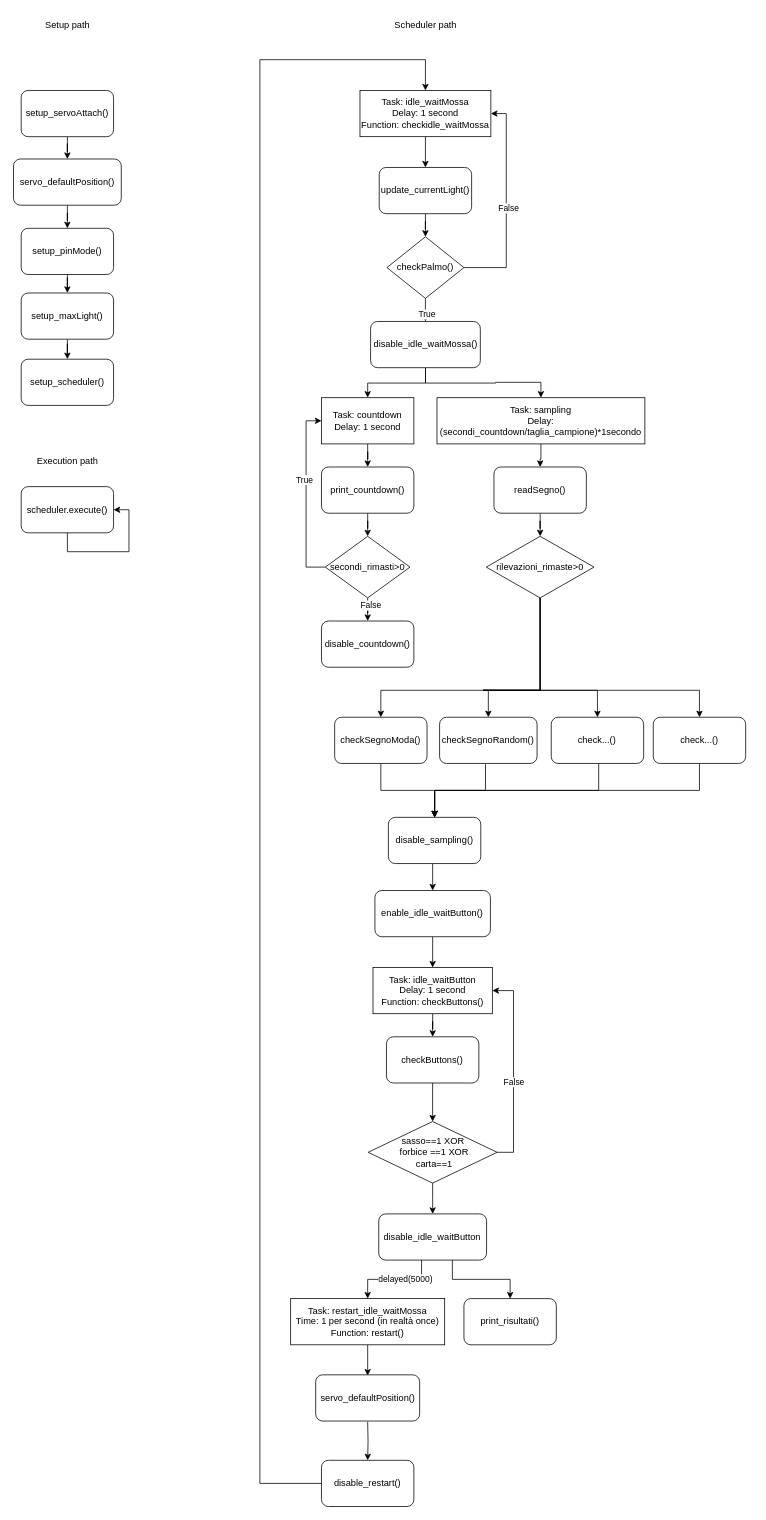
The draw.io diagram documentation/flow.drawio in michelebolis/Morr-inoCinese, before the edit. Source tidied: cells renumbered, new cells numbered last; positions are measured from the earlier drawing's top-left corner, leaving out a move shared by most shapes. Both pictures are drawn from the tidied source at 77%, with x=0, y=0 at pixel (13, 13).
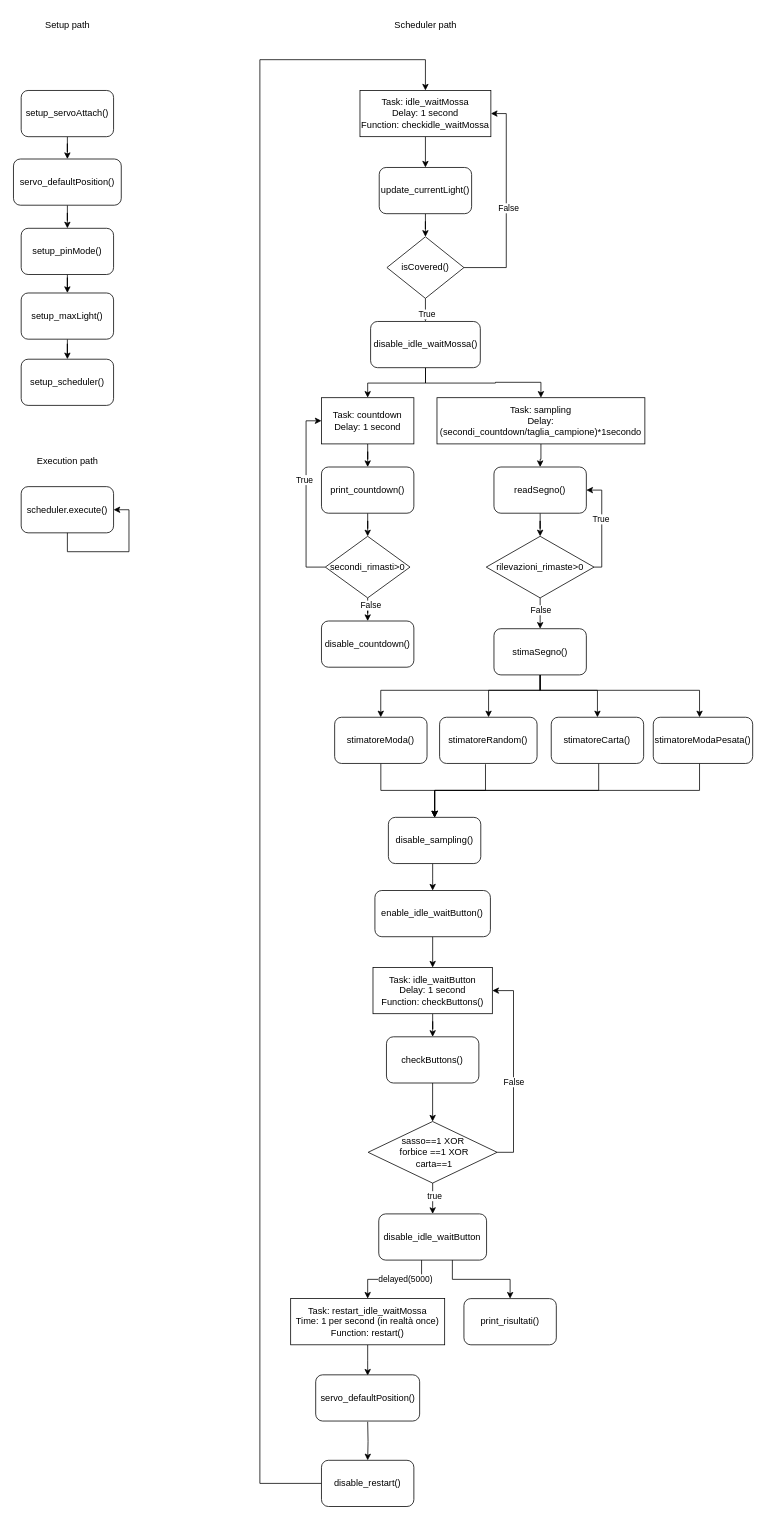
The same page after the edit.

The change refers to these unchanged cells:
```xml
<mxCell id="13" value="disable_idle_waitMossa()" style="rounded=1;whiteSpace=wrap;html=1;" parent="1" vertex="1">
  <mxGeometry x="463.8" y="400" width="142.5" height="60" as="geometry" />
</mxCell>
<mxCell id="15" value="readSegno()" style="rounded=1;whiteSpace=wrap;html=1;" parent="1" vertex="1">
  <mxGeometry x="624" y="589" width="120" height="60" as="geometry" />
</mxCell>
<mxCell id="22" style="edgeStyle=orthogonalEdgeStyle;rounded=0;jettySize=auto;html=1;entryX=0.5;entryY=0;entryDx=0;entryDy=0;" parent="1" edge="1" source="23" target="76">
  <mxGeometry relative="1" as="geometry" />
</mxCell>
<mxCell id="47" value="Task: sampling&lt;br&gt;Delay: (secondi_countdown/taglia_campione)*1secondo" style="whiteSpace=wrap;html=1;" parent="1" vertex="1">
  <mxGeometry x="550" y="499" width="270" height="60" as="geometry" />
</mxCell>
<mxCell id="52" value="rilevazioni_rimaste&amp;gt;0" style="rhombus;whiteSpace=wrap;html=1;" parent="1" vertex="1">
  <mxGeometry x="614" y="679" width="140" height="80" as="geometry" />
</mxCell>
```

Change to the diagram source:
```diff
@@
-    <mxCell id="10" value="checkPalmo()" style="rhombus;whiteSpace=wrap;html=1;" parent="1" vertex="1">
+    <mxCell id="10" value="isCovered()" style="rhombus;whiteSpace=wrap;html=1;" parent="1" vertex="1">
       <mxGeometry x="485" y="290" width="100" height="80" as="geometry" />
     </mxCell>
     <mxCell id="11" style="edgeStyle=orthogonalEdgeStyle;rounded=0;jettySize=auto;html=1;entryX=0.5;entryY=0;entryDx=0;entryDy=0;" parent="1" edge="1" source="13" target="47">
-      <mxGeometry relative="1" as="geometry" />
+      <mxGeometry relative="1" as="geometry">
+        <Array as="points">
+          <mxPoint x="535" y="480" />
+          <mxPoint x="626" y="480" />
+          <mxPoint x="626" y="479" />
+          <mxPoint x="685" y="479" />
+        </Array>
+      </mxGeometry>
     </mxCell>
@@
+    <mxCell id="78" value="true" style="edgeLabel;html=1;align=center;verticalAlign=middle;" parent="22" vertex="1">
+      <mxGeometry x="-0.17" y="2" relative="1" as="geometry" />
+    </mxCell>
@@
-    <mxCell id="48" style="edgeStyle=orthogonalEdgeStyle;rounded=0;jettySize=auto;html=1;" parent="1" edge="1" source="52" target="54">
-      <mxGeometry relative="1" as="geometry">
-        <Array as="points">
-          <mxPoint x="610" y="879" />
-          <mxPoint x="406" y="879" />
-        </Array>
-      </mxGeometry>
-    </mxCell>
-    <mxCell id="49" style="edgeStyle=orthogonalEdgeStyle;rounded=0;jettySize=auto;html=1;entryX=0.5;entryY=0;entryDx=0;entryDy=0;" parent="1" edge="1" source="52" target="56">
-      <mxGeometry relative="1" as="geometry">
-        <Array as="points">
-          <mxPoint x="610" y="879" />
-          <mxPoint x="539" y="879" />
-        </Array>
-      </mxGeometry>
-    </mxCell>
-    <mxCell id="50" style="edgeStyle=orthogonalEdgeStyle;rounded=0;jettySize=auto;html=1;" parent="1" edge="1" source="52" target="58">
-      <mxGeometry relative="1" as="geometry">
-        <Array as="points">
-          <mxPoint x="610" y="879" />
-          <mxPoint x="687" y="879" />
-        </Array>
-      </mxGeometry>
-    </mxCell>
-    <mxCell id="51" style="edgeStyle=orthogonalEdgeStyle;rounded=0;jettySize=auto;html=1;" parent="1" edge="1" source="52" target="60">
-      <mxGeometry relative="1" as="geometry">
-        <Array as="points">
-          <mxPoint x="610" y="879" />
-          <mxPoint x="820" y="879" />
-        </Array>
-      </mxGeometry>
-    </mxCell>
+    <mxCell id="79" style="edgeStyle=orthogonalEdgeStyle;rounded=0;jettySize=auto;html=1;entryX=1;entryY=0.5;entryDx=0;entryDy=0;" parent="1" edge="1" source="52" target="15">
+      <mxGeometry relative="1" as="geometry">
+        <Array as="points">
+          <mxPoint x="764" y="719" />
+          <mxPoint x="764" y="619" />
+        </Array>
+      </mxGeometry>
+    </mxCell>
+    <mxCell id="80" value="True" style="edgeLabel;html=1;align=center;verticalAlign=middle;" parent="79" vertex="1">
+      <mxGeometry x="0.12" y="2" relative="1" as="geometry" />
+    </mxCell>
+    <mxCell id="81" style="edgeStyle=orthogonalEdgeStyle;rounded=0;jettySize=auto;html=1;entryX=0.5;entryY=0;entryDx=0;entryDy=0;" parent="1" edge="1" source="52" target="87">
+      <mxGeometry relative="1" as="geometry" />
+    </mxCell>
+    <mxCell id="82" value="False" style="edgeLabel;html=1;align=center;verticalAlign=middle;" parent="81" vertex="1">
+      <mxGeometry x="-0.26" relative="1" as="geometry" />
+    </mxCell>
@@
-    <mxCell id="54" value="checkSegnoModa()" style="rounded=1;whiteSpace=wrap;html=1;" parent="1" vertex="1">
+    <mxCell id="54" value="stimatoreModa()" style="rounded=1;whiteSpace=wrap;html=1;" parent="1" vertex="1">
       <mxGeometry x="417.1" y="914" width="120" height="60" as="geometry" />
     </mxCell>
@@
-    <mxCell id="56" value="checkSegnoRandom()" style="rounded=1;whiteSpace=wrap;html=1;" parent="1" vertex="1">
+    <mxCell id="56" value="stimatoreRandom()" style="rounded=1;whiteSpace=wrap;html=1;" parent="1" vertex="1">
       <mxGeometry x="553.4" y="914" width="126.6" height="60" as="geometry" />
     </mxCell>
@@
-    <mxCell id="58" value="check...()" style="rounded=1;whiteSpace=wrap;html=1;" parent="1" vertex="1">
+    <mxCell id="58" value="stimatoreCarta()" style="rounded=1;whiteSpace=wrap;html=1;" parent="1" vertex="1">
       <mxGeometry x="698.4" y="914" width="120" height="60" as="geometry" />
     </mxCell>
@@
-    <mxCell id="60" value="check...()" style="rounded=1;whiteSpace=wrap;html=1;" parent="1" vertex="1">
-      <mxGeometry x="830.9" y="914" width="120" height="60" as="geometry" />
+    <mxCell id="60" value="stimatoreModaPesata()" style="rounded=1;whiteSpace=wrap;html=1;" parent="1" vertex="1">
+      <mxGeometry x="830.9" y="914" width="129.1" height="60" as="geometry" />
     </mxCell>
@@
+    <mxCell id="83" style="edgeStyle=orthogonalEdgeStyle;rounded=0;jettySize=auto;html=1;" parent="1" edge="1" source="87" target="54">
+      <mxGeometry relative="1" as="geometry">
+        <Array as="points">
+          <mxPoint x="684" y="879" />
+          <mxPoint x="477" y="879" />
+        </Array>
+      </mxGeometry>
+    </mxCell>
+    <mxCell id="84" style="edgeStyle=orthogonalEdgeStyle;rounded=0;jettySize=auto;html=1;" parent="1" edge="1" source="87" target="56">
+      <mxGeometry relative="1" as="geometry">
+        <Array as="points">
+          <mxPoint x="684" y="879" />
+          <mxPoint x="617" y="879" />
+        </Array>
+      </mxGeometry>
+    </mxCell>
+    <mxCell id="85" style="edgeStyle=orthogonalEdgeStyle;rounded=0;jettySize=auto;html=1;entryX=0.5;entryY=0;entryDx=0;entryDy=0;" parent="1" edge="1" source="87" target="58">
+      <mxGeometry relative="1" as="geometry">
+        <Array as="points">
+          <mxPoint x="684" y="879" />
+          <mxPoint x="758" y="879" />
+        </Array>
+      </mxGeometry>
+    </mxCell>
+    <mxCell id="86" style="edgeStyle=orthogonalEdgeStyle;rounded=0;jettySize=auto;html=1;" parent="1" edge="1" source="87" target="60">
+      <mxGeometry relative="1" as="geometry">
+        <Array as="points">
+          <mxPoint x="684" y="879" />
+          <mxPoint x="891" y="879" />
+        </Array>
+      </mxGeometry>
+    </mxCell>
+    <mxCell id="87" value="stimaSegno()" style="rounded=1;whiteSpace=wrap;html=1;" parent="1" vertex="1">
+      <mxGeometry x="624" y="799" width="120" height="60" as="geometry" />
+    </mxCell>
```
